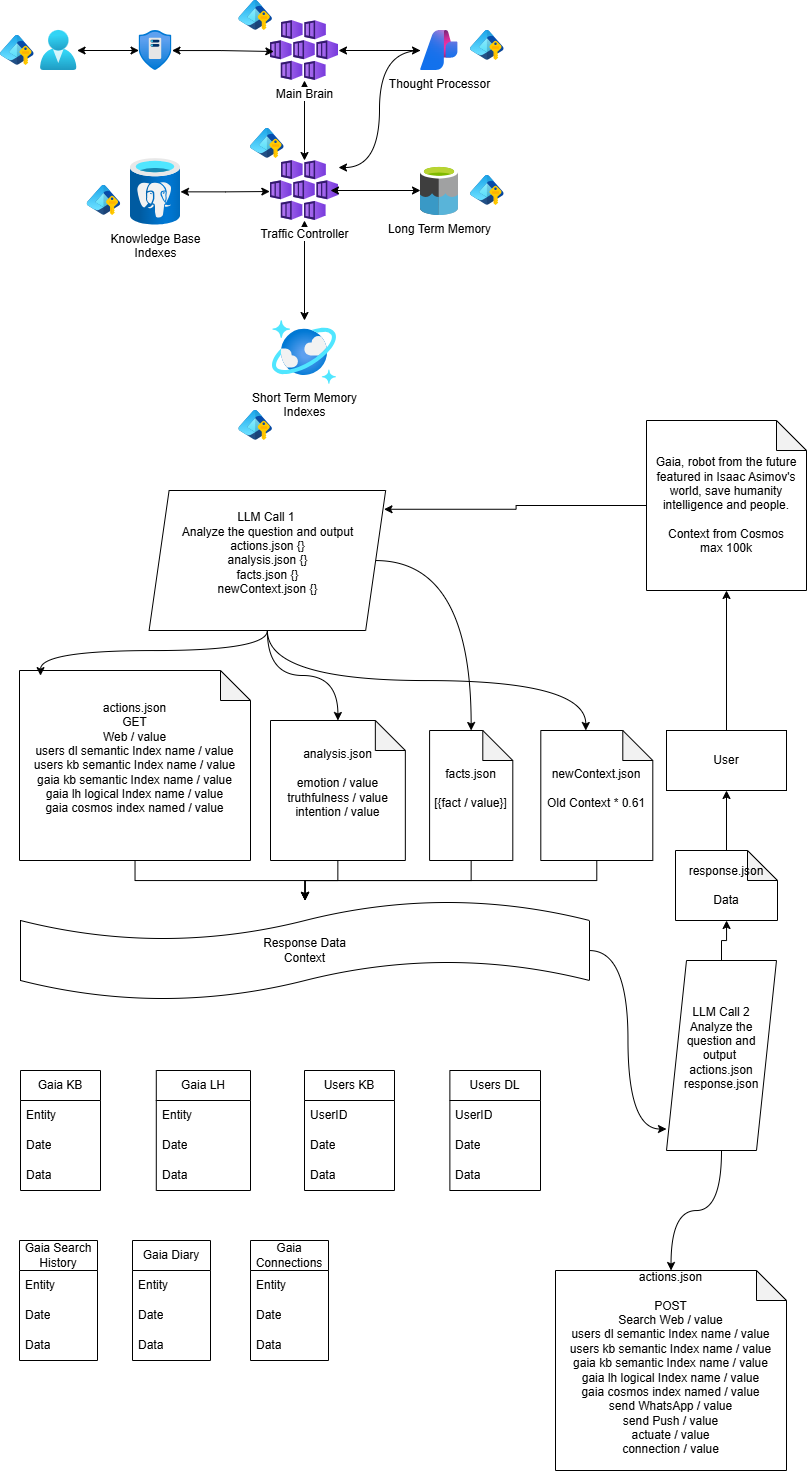
threadkeeper/gaia-robot keeps this draw.io diagram as Gaia Physical Architecture.drawio.png. Above is the earlier version. Source tidied: cells renumbered, new cells last; positions are measured from the earlier drawing's top-left corner, leaving out a move shared by most shapes.
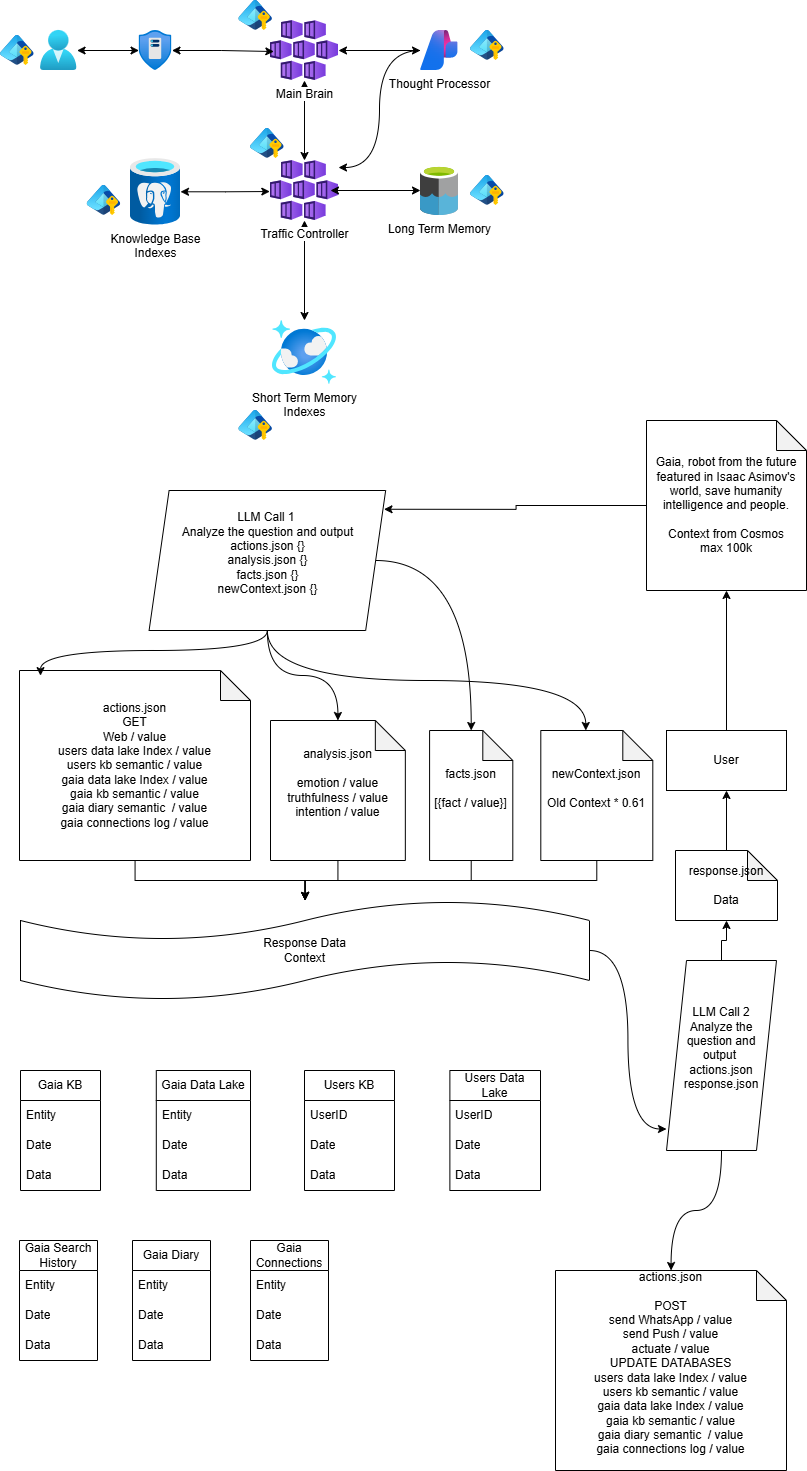
The same file after the commit.

The edit, as a diff of the source:
```diff
@@ -83,7 +83,7 @@
     <mxCell id="28" style="edgeStyle=orthogonalEdgeStyle;rounded=0;jettySize=auto;html=1;" parent="1" edge="1" source="29" target="45">
       <mxGeometry relative="1" as="geometry" />
     </mxCell>
-    <mxCell id="29" value="actions.json&lt;br&gt;GET&lt;br&gt;Web / value&lt;div&gt;users dl semantic Index name / value&lt;br&gt;users kb semantic Index name / value&lt;br&gt;gaia kb semantic Index name / value&lt;br&gt;gaia lh logical Index name / value&lt;/div&gt;&lt;div&gt;gaia cosmos index named / value&lt;br&gt;&lt;br&gt;&lt;/div&gt;" style="shape=note;whiteSpace=wrap;html=1;backgroundOutline=1;darkOpacity=0.05;" parent="1" vertex="1">
+    <mxCell id="29" value="actions.json&lt;br&gt;GET&lt;br&gt;Web / value&lt;div&gt;users data lake Index / value&lt;br&gt;users kb semantic / value&lt;br&gt;gaia data lake Index / value&lt;br&gt;gaia kb semantic / value&lt;/div&gt;&lt;div&gt;gaia diary semantic&amp;nbsp;&amp;nbsp;/ value&lt;br&gt;gaia connections log / value&lt;/div&gt;" style="shape=note;whiteSpace=wrap;html=1;backgroundOutline=1;darkOpacity=0.05;" parent="1" vertex="1">
       <mxGeometry x="19" y="670" width="231" height="190" as="geometry" />
     </mxCell>
     <mxCell id="30" style="edgeStyle=orthogonalEdgeStyle;rounded=0;jettySize=auto;html=1;curved=1;" parent="1" edge="1" source="31" target="37">
@@ -149,7 +149,7 @@
     <mxCell id="50" value="Data" style="text;strokeColor=none;fillColor=none;align=left;verticalAlign=middle;spacingLeft=4;spacingRight=4;overflow=hidden;whiteSpace=wrap;html=1;" parent="47" vertex="1">
       <mxGeometry y="90" width="80" height="30" as="geometry" />
     </mxCell>
-    <mxCell id="51" value="Gaia LH" style="swimlane;fontStyle=0;horizontal=1;startSize=30;whiteSpace=wrap;html=1;" parent="1" vertex="1">
+    <mxCell id="51" value="Gaia Data Lake" style="swimlane;fontStyle=0;horizontal=1;startSize=30;whiteSpace=wrap;html=1;" parent="1" vertex="1">
       <mxGeometry x="155.8" y="1070" width="94.2" height="120" as="geometry" />
     </mxCell>
     <mxCell id="52" value="Entity" style="text;strokeColor=none;fillColor=none;align=left;verticalAlign=middle;spacingLeft=4;spacingRight=4;overflow=hidden;whiteSpace=wrap;html=1;" parent="51" vertex="1">
@@ -173,7 +173,7 @@
     <mxCell id="58" value="Data" style="text;strokeColor=none;fillColor=none;align=left;verticalAlign=middle;spacingLeft=4;spacingRight=4;overflow=hidden;whiteSpace=wrap;html=1;" parent="55" vertex="1">
       <mxGeometry y="90" width="90" height="30" as="geometry" />
     </mxCell>
-    <mxCell id="59" value="Users DL" style="swimlane;fontStyle=0;horizontal=1;startSize=30;whiteSpace=wrap;html=1;" parent="1" vertex="1">
+    <mxCell id="59" value="Users Data Lake" style="swimlane;fontStyle=0;horizontal=1;startSize=30;whiteSpace=wrap;html=1;" parent="1" vertex="1">
       <mxGeometry x="449.4" y="1070" width="90.6" height="120" as="geometry" />
     </mxCell>
     <mxCell id="60" value="UserID" style="text;strokeColor=none;fillColor=none;align=left;verticalAlign=middle;spacingLeft=4;spacingRight=4;overflow=hidden;whiteSpace=wrap;html=1;" parent="59" vertex="1">
@@ -203,7 +203,7 @@
     <mxCell id="68" value="response.json&lt;br&gt;&lt;br&gt;&lt;div&gt;Data&lt;/div&gt;" style="shape=note;whiteSpace=wrap;html=1;backgroundOutline=1;darkOpacity=0.05;" parent="1" vertex="1">
       <mxGeometry x="675" y="850" width="102" height="70" as="geometry" />
     </mxCell>
-    <mxCell id="69" value="actions.json&lt;br&gt;&lt;br&gt;POST&lt;br&gt;Search Web / value&lt;div&gt;users dl semantic Index name / value&lt;br&gt;users kb semantic Index name / value&lt;br&gt;gaia kb semantic Index name / value&lt;br&gt;gaia lh logical Index name / value&lt;/div&gt;&lt;div&gt;gaia cosmos index named / value&lt;br&gt;send WhatsApp / value&lt;br&gt;send Push / value&lt;br&gt;actuate / value&lt;/div&gt;&lt;div&gt;connection / value&lt;br&gt;&lt;br&gt;&lt;/div&gt;" style="shape=note;whiteSpace=wrap;html=1;backgroundOutline=1;darkOpacity=0.05;" parent="1" vertex="1">
+    <mxCell id="69" value="actions.json&lt;br&gt;&lt;br&gt;POST&lt;div&gt;send WhatsApp / value&lt;br&gt;send Push / value&lt;br&gt;actuate / value&lt;/div&gt;&lt;div&gt;UPDATE DATABASES&lt;/div&gt;&lt;div&gt;&lt;div&gt;users data lake Index / value&lt;br&gt;users kb semantic / value&lt;br&gt;gaia data lake Index / value&lt;br&gt;gaia kb semantic / value&lt;/div&gt;&lt;div&gt;gaia diary semantic&amp;nbsp;&amp;nbsp;/ value&lt;br&gt;gaia connections log / value&lt;/div&gt;&lt;/div&gt;&lt;div&gt;&lt;br&gt;&lt;/div&gt;" style="shape=note;whiteSpace=wrap;html=1;backgroundOutline=1;darkOpacity=0.05;" parent="1" vertex="1">
       <mxGeometry x="555" y="1270" width="231" height="200" as="geometry" />
     </mxCell>
     <mxCell id="70" value="Gaia Connections" style="swimlane;fontStyle=0;horizontal=1;startSize=30;whiteSpace=wrap;html=1;" parent="1" vertex="1">
```
